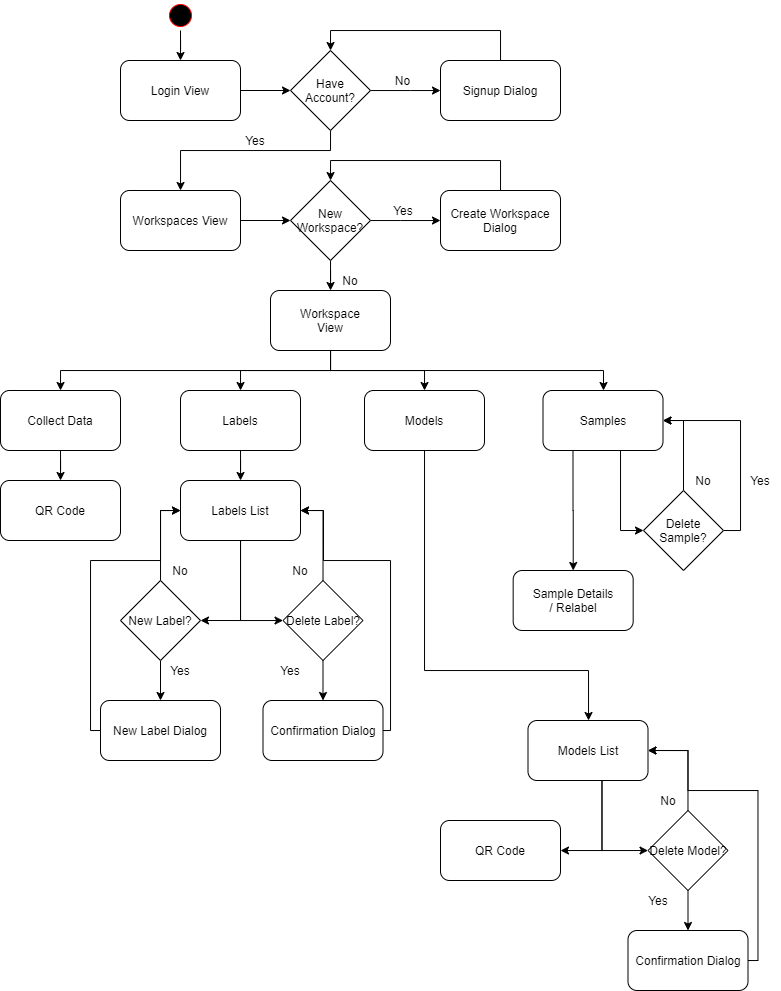
The draw.io diagram Requirements Specification/charts/flow1.png in PSE-TECO-2020-TEAM1/e2e-ml_docs, before a commit. Source tidied: cells renumbered, new cells last; positions are measured from the earlier drawing's top-left corner, leaving out a move shared by most shapes.
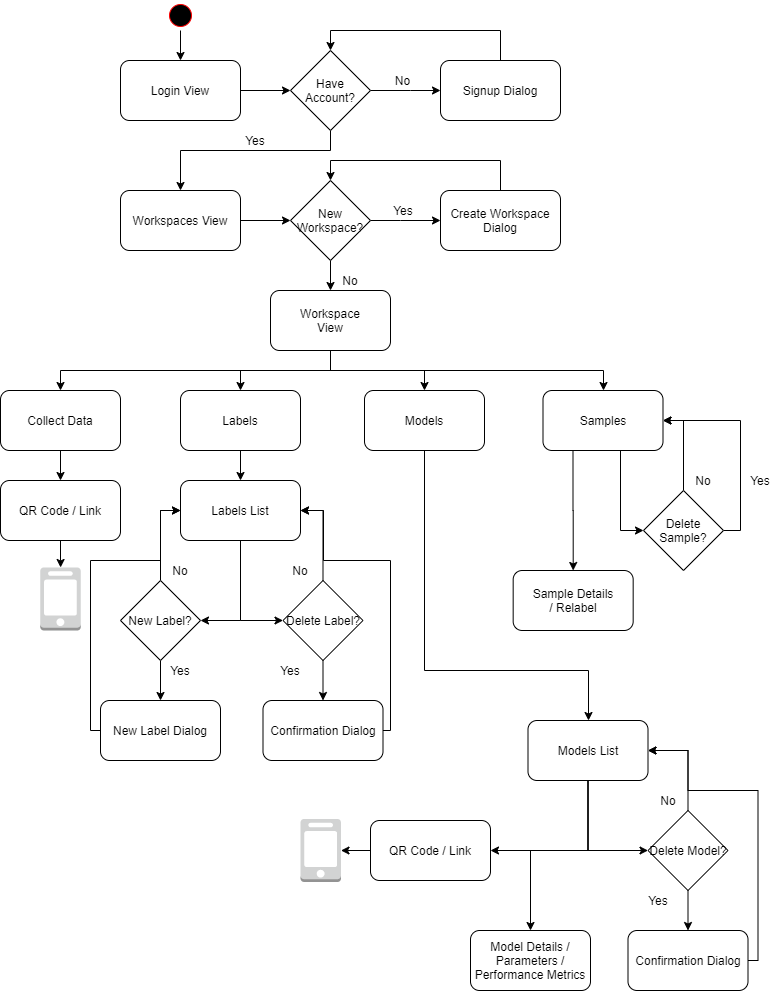
Above is the later version.

Diff of the diagram source:
```diff
@@ -148,7 +148,10 @@
     <mxCell id="35" value="Samples" style="rounded=1;whiteSpace=wrap;html=1;" parent="1" vertex="1">
       <mxGeometry x="542.5" y="390" width="120" height="60" as="geometry" />
     </mxCell>
+    <mxCell id="71" style="edgeStyle=orthogonalEdgeStyle;rounded=0;jettySize=auto;html=1;exitX=0.5;exitY=1;exitDx=0;exitDy=0;" parent="1" edge="1" source="36" target="74">
+      <mxGeometry relative="1" as="geometry" />
+    </mxCell>
-    <mxCell id="36" value="QR Code" style="rounded=1;whiteSpace=wrap;html=1;" parent="1" vertex="1">
+    <mxCell id="36" value="QR Code / Link" style="rounded=1;whiteSpace=wrap;html=1;" parent="1" vertex="1">
       <mxGeometry y="480" width="120" height="60" as="geometry" />
     </mxCell>
     <mxCell id="37" style="edgeStyle=orthogonalEdgeStyle;rounded=0;jettySize=auto;html=1;entryX=1;entryY=0.5;entryDx=0;entryDy=0;" parent="1" edge="1" source="39" target="45">
@@ -167,17 +170,25 @@
     <mxCell id="40" style="edgeStyle=orthogonalEdgeStyle;rounded=0;jettySize=auto;html=1;" parent="1" edge="1" source="42" target="59">
       <mxGeometry relative="1" as="geometry">
         <Array as="points">
-          <mxPoint x="601.5" y="850" />
+          <mxPoint x="587" y="850" />
         </Array>
       </mxGeometry>
     </mxCell>
     <mxCell id="41" style="edgeStyle=orthogonalEdgeStyle;rounded=0;jettySize=auto;html=1;" parent="1" edge="1" source="42" target="64">
       <mxGeometry relative="1" as="geometry">
         <Array as="points">
-          <mxPoint x="601.5" y="850" />
+          <mxPoint x="587" y="850" />
         </Array>
       </mxGeometry>
     </mxCell>
+    <mxCell id="72" style="edgeStyle=orthogonalEdgeStyle;rounded=0;jettySize=auto;html=1;exitX=0.5;exitY=1;exitDx=0;exitDy=0;entryX=0.5;entryY=0;entryDx=0;entryDy=0;" parent="1" edge="1" source="42" target="76">
+      <mxGeometry relative="1" as="geometry">
+        <Array as="points">
+          <mxPoint x="587" y="850" />
+          <mxPoint x="530" y="850" />
+        </Array>
+      </mxGeometry>
+    </mxCell>
     <mxCell id="42" value="Models List" style="rounded=1;whiteSpace=wrap;html=1;" parent="1" vertex="1">
       <mxGeometry x="527.5" y="720" width="120" height="60" as="geometry" />
     </mxCell>
@@ -269,8 +280,11 @@
     <mxCell id="63" value="No" style="text;html=1;strokeColor=none;fillColor=none;align=center;verticalAlign=middle;whiteSpace=wrap;rounded=0;" parent="1" vertex="1">
       <mxGeometry x="647.5" y="790" width="40" height="20" as="geometry" />
     </mxCell>
+    <mxCell id="73" style="edgeStyle=orthogonalEdgeStyle;rounded=0;jettySize=auto;html=1;exitX=0;exitY=0.5;exitDx=0;exitDy=0;" parent="1" edge="1" source="64" target="75">
+      <mxGeometry relative="1" as="geometry" />
+    </mxCell>
-    <mxCell id="64" value="QR Code" style="rounded=1;whiteSpace=wrap;html=1;" parent="1" vertex="1">
-      <mxGeometry x="440" y="820" width="120" height="60" as="geometry" />
+    <mxCell id="64" value="QR Code / Link" style="rounded=1;whiteSpace=wrap;html=1;" parent="1" vertex="1">
+      <mxGeometry x="370" y="820" width="120" height="60" as="geometry" />
     </mxCell>
     <mxCell id="65" style="edgeStyle=orthogonalEdgeStyle;rounded=0;jettySize=auto;html=1;entryX=1;entryY=0.5;entryDx=0;entryDy=0;" parent="1" edge="1" source="67" target="35">
       <mxGeometry relative="1" as="geometry" />
@@ -295,5 +309,14 @@
     <mxCell id="70" value="Sample Details&lt;br&gt;/ Relabel" style="rounded=1;whiteSpace=wrap;html=1;" parent="1" vertex="1">
       <mxGeometry x="512.7" y="570" width="120" height="60" as="geometry" />
     </mxCell>
+    <mxCell id="74" style="outlineConnect=0;dashed=0;verticalLabelPosition=bottom;verticalAlign=top;align=center;html=1;shape=mxgraph.aws3.mobile_client;fillColor=#D2D3D3;gradientColor=none;" parent="1" vertex="1">
+      <mxGeometry x="39.8" y="567" width="40.5" height="63" as="geometry" />
+    </mxCell>
+    <mxCell id="75" style="outlineConnect=0;dashed=0;verticalLabelPosition=bottom;verticalAlign=top;align=center;html=1;shape=mxgraph.aws3.mobile_client;fillColor=#D2D3D3;gradientColor=none;" parent="1" vertex="1">
+      <mxGeometry x="300" y="818.5" width="40.5" height="63" as="geometry" />
+    </mxCell>
+    <mxCell id="76" value="Model Details / Parameters / Performance Metrics" style="rounded=1;whiteSpace=wrap;html=1;" parent="1" vertex="1">
+      <mxGeometry x="470" y="930" width="120" height="60" as="geometry" />
+    </mxCell>
   </root>
 </mxGraphModel>
```
